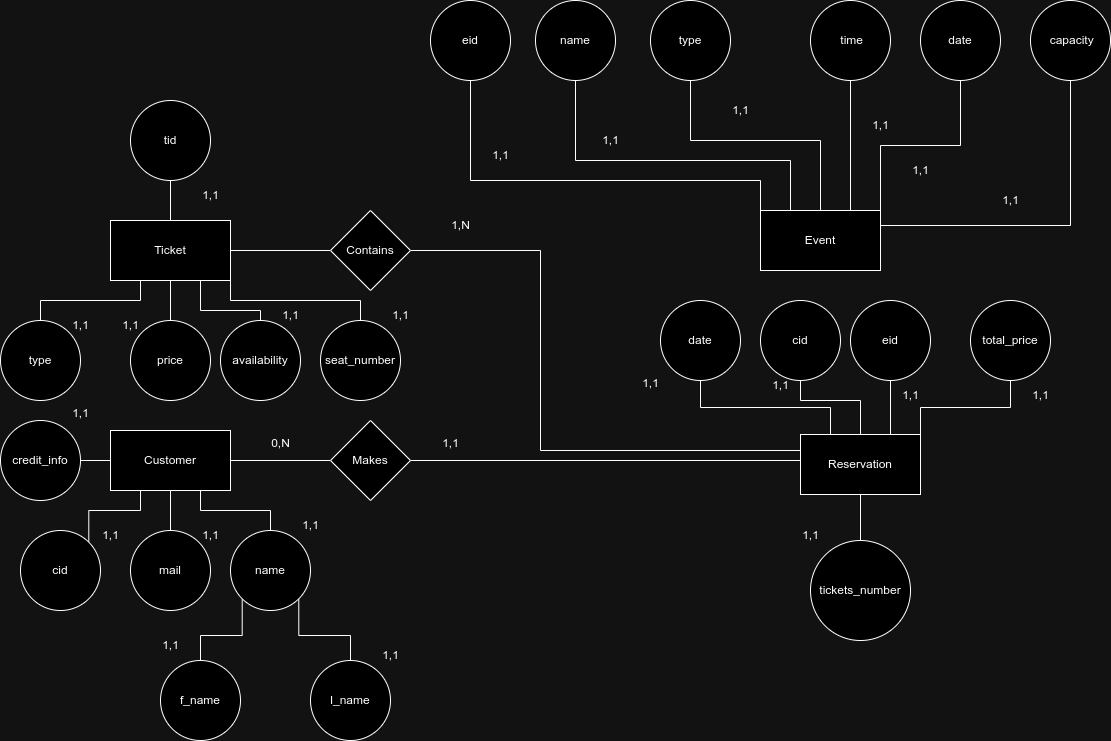
Before: E-R.png, a diagram exported from draw.io (Rafail-Drakakis/HY360). Source tidied: cells renumbered, new cells last; positions are measured from the earlier drawing's top-left corner, leaving out a move shared by most shapes.
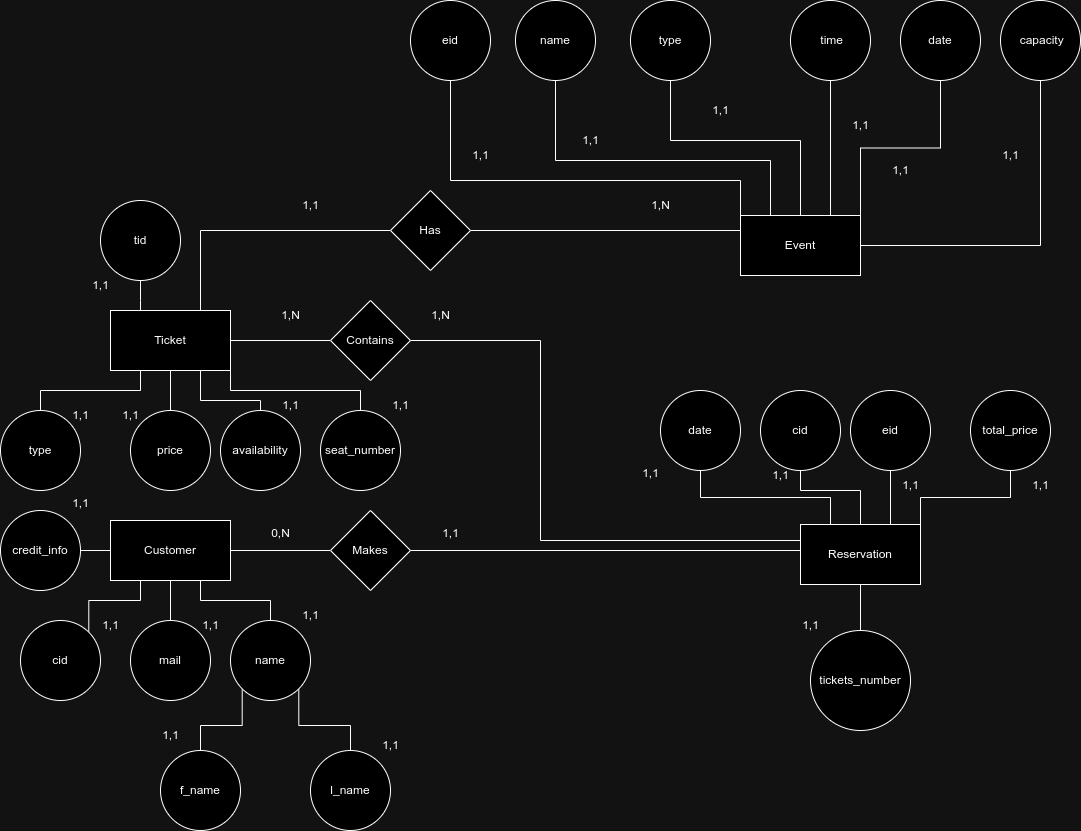
After the change.

Commit message:
added a 'Has' relation in E-R diagram

What changed in the source:
```diff
@@ -35,14 +35,22 @@
     <mxCell id="10" value="Customer" style="rounded=0;whiteSpace=wrap;html=1;" parent="1" vertex="1">
       <mxGeometry x="110" y="430" width="120" height="60" as="geometry" />
     </mxCell>
+    <mxCell id="81" style="edgeStyle=orthogonalEdgeStyle;rounded=0;jettySize=auto;html=1;exitX=0;exitY=0.25;exitDx=0;exitDy=0;entryX=1;entryY=0.5;entryDx=0;entryDy=0;endArrow=none;endFill=0;" parent="1" edge="1" source="11" target="84">
+      <mxGeometry relative="1" as="geometry" />
+    </mxCell>
     <mxCell id="11" value="Event" style="rounded=0;whiteSpace=wrap;html=1;" parent="1" vertex="1">
-      <mxGeometry x="760" y="210" width="120" height="60" as="geometry" />
+      <mxGeometry x="740" y="125" width="120" height="60" as="geometry" />
     </mxCell>
     <mxCell id="12" style="edgeStyle=orthogonalEdgeStyle;rounded=0;jettySize=auto;html=1;endArrow=none;endFill=0;" parent="1" edge="1" source="18" target="19">
       <mxGeometry relative="1" as="geometry" />
     </mxCell>
     <mxCell id="13" style="edgeStyle=orthogonalEdgeStyle;rounded=0;jettySize=auto;html=1;endArrow=none;endFill=0;" parent="1" edge="1" source="18" target="47">
-      <mxGeometry relative="1" as="geometry" />
+      <mxGeometry relative="1" as="geometry">
+        <Array as="points">
+          <mxPoint x="140" y="210" />
+          <mxPoint x="140" y="210" />
+        </Array>
+      </mxGeometry>
     </mxCell>
     <mxCell id="14" style="edgeStyle=orthogonalEdgeStyle;rounded=0;jettySize=auto;html=1;exitX=0.25;exitY=1;exitDx=0;exitDy=0;entryX=0.5;entryY=0;entryDx=0;entryDy=0;endArrow=none;endFill=0;" parent="1" edge="1" source="18" target="51">
       <mxGeometry relative="1" as="geometry">
@@ -71,6 +79,9 @@
         </Array>
       </mxGeometry>
     </mxCell>
+    <mxCell id="82" style="edgeStyle=orthogonalEdgeStyle;rounded=0;jettySize=auto;html=1;exitX=0.75;exitY=0;exitDx=0;exitDy=0;entryX=0;entryY=0.5;entryDx=0;entryDy=0;endArrow=none;endFill=0;" parent="1" edge="1" source="18" target="84">
+      <mxGeometry relative="1" as="geometry" />
+    </mxCell>
     <mxCell id="18" value="Ticket" style="rounded=0;whiteSpace=wrap;html=1;" parent="1" vertex="1">
       <mxGeometry x="110" y="220" width="120" height="60" as="geometry" />
     </mxCell>
@@ -91,7 +102,7 @@
       <mxGeometry x="60" y="398" width="40" height="30" as="geometry" />
     </mxCell>
     <mxCell id="23" value="1,N" style="text;html=1;align=center;verticalAlign=middle;strokeColor=none;fillColor=none;" parent="1" vertex="1">
-      <mxGeometry x="440" y="210" width="40" height="30" as="geometry" />
+      <mxGeometry x="420" y="210" width="40" height="30" as="geometry" />
     </mxCell>
     <mxCell id="24" value="0,N" style="text;html=1;align=center;verticalAlign=middle;strokeColor=none;fillColor=none;" parent="1" vertex="1">
       <mxGeometry x="260" y="428" width="40" height="30" as="geometry" />
@@ -102,57 +113,57 @@
     <mxCell id="26" style="edgeStyle=orthogonalEdgeStyle;rounded=0;jettySize=auto;html=1;exitX=0.5;exitY=1;exitDx=0;exitDy=0;entryX=0;entryY=0;entryDx=0;entryDy=0;endArrow=none;endFill=0;" parent="1" edge="1" source="27" target="11">
       <mxGeometry relative="1" as="geometry">
         <Array as="points">
-          <mxPoint x="470" y="180" />
-          <mxPoint x="760" y="180" />
+          <mxPoint x="450" y="90" />
+          <mxPoint x="740" y="90" />
         </Array>
       </mxGeometry>
     </mxCell>
     <mxCell id="27" value="eid" style="ellipse;whiteSpace=wrap;html=1;rounded=0;" parent="1" vertex="1">
-      <mxGeometry x="430" width="80" height="80" as="geometry" />
+      <mxGeometry x="410" y="-90" width="80" height="80" as="geometry" />
     </mxCell>
     <mxCell id="28" style="edgeStyle=orthogonalEdgeStyle;rounded=0;jettySize=auto;html=1;exitX=0.5;exitY=1;exitDx=0;exitDy=0;entryX=0.25;entryY=0;entryDx=0;entryDy=0;endArrow=none;endFill=0;" parent="1" edge="1" source="29" target="11">
       <mxGeometry relative="1" as="geometry">
         <Array as="points">
-          <mxPoint x="575" y="160" />
-          <mxPoint x="790" y="160" />
+          <mxPoint x="555" y="70" />
+          <mxPoint x="770" y="70" />
         </Array>
       </mxGeometry>
     </mxCell>
     <mxCell id="29" value="name" style="ellipse;whiteSpace=wrap;html=1;rounded=0;" parent="1" vertex="1">
-      <mxGeometry x="535" width="80" height="80" as="geometry" />
+      <mxGeometry x="515" y="-90" width="80" height="80" as="geometry" />
     </mxCell>
-    <mxCell id="30" style="edgeStyle=orthogonalEdgeStyle;rounded=0;jettySize=auto;html=1;exitX=0.5;exitY=1;exitDx=0;exitDy=0;entryX=1;entryY=0.25;entryDx=0;entryDy=0;endArrow=none;endFill=0;" parent="1" edge="1" source="31" target="11">
+    <mxCell id="30" style="edgeStyle=orthogonalEdgeStyle;rounded=0;jettySize=auto;html=1;exitX=0.5;exitY=1;exitDx=0;exitDy=0;entryX=1;entryY=0.5;entryDx=0;entryDy=0;endArrow=none;endFill=0;" parent="1" edge="1" source="31" target="11">
       <mxGeometry relative="1" as="geometry" />
     </mxCell>
     <mxCell id="31" value="&amp;nbsp;capacity" style="ellipse;whiteSpace=wrap;html=1;" parent="1" vertex="1">
-      <mxGeometry x="1030" width="80" height="80" as="geometry" />
+      <mxGeometry x="1000" y="-90" width="80" height="80" as="geometry" />
     </mxCell>
     <mxCell id="32" style="edgeStyle=orthogonalEdgeStyle;rounded=0;jettySize=auto;html=1;exitX=0.5;exitY=1;exitDx=0;exitDy=0;entryX=1;entryY=0;entryDx=0;entryDy=0;endArrow=none;endFill=0;" parent="1" edge="1" source="33" target="11">
       <mxGeometry relative="1" as="geometry" />
     </mxCell>
     <mxCell id="33" value="date" style="ellipse;whiteSpace=wrap;html=1;" parent="1" vertex="1">
-      <mxGeometry x="920" width="80" height="80" as="geometry" />
+      <mxGeometry x="900" y="-90" width="80" height="80" as="geometry" />
     </mxCell>
     <mxCell id="34" style="edgeStyle=orthogonalEdgeStyle;rounded=0;jettySize=auto;html=1;exitX=0.5;exitY=1;exitDx=0;exitDy=0;entryX=0.5;entryY=0;entryDx=0;entryDy=0;endArrow=none;endFill=0;" parent="1" edge="1" source="35" target="11">
       <mxGeometry relative="1" as="geometry">
         <Array as="points">
-          <mxPoint x="690" y="140" />
-          <mxPoint x="820" y="140" />
+          <mxPoint x="670" y="50" />
+          <mxPoint x="800" y="50" />
         </Array>
       </mxGeometry>
     </mxCell>
     <mxCell id="35" value="type" style="ellipse;whiteSpace=wrap;html=1;" parent="1" vertex="1">
-      <mxGeometry x="650" width="80" height="80" as="geometry" />
+      <mxGeometry x="630" y="-90" width="80" height="80" as="geometry" />
     </mxCell>
     <mxCell id="36" style="edgeStyle=orthogonalEdgeStyle;rounded=0;jettySize=auto;html=1;exitX=0.5;exitY=1;exitDx=0;exitDy=0;entryX=0.75;entryY=0;entryDx=0;entryDy=0;endArrow=none;endFill=0;" parent="1" edge="1" source="37" target="11">
       <mxGeometry relative="1" as="geometry">
         <Array as="points">
-          <mxPoint x="850" y="80" />
+          <mxPoint x="830" y="-10" />
         </Array>
       </mxGeometry>
     </mxCell>
     <mxCell id="37" value="&amp;nbsp;time" style="ellipse;whiteSpace=wrap;html=1;" parent="1" vertex="1">
-      <mxGeometry x="810" width="80" height="80" as="geometry" />
+      <mxGeometry x="790" y="-90" width="80" height="80" as="geometry" />
     </mxCell>
     <mxCell id="38" style="edgeStyle=orthogonalEdgeStyle;rounded=0;jettySize=auto;html=1;exitX=0.5;exitY=1;exitDx=0;exitDy=0;entryX=0.25;entryY=0;entryDx=0;entryDy=0;endArrow=none;endFill=0;" parent="1" edge="1" source="39" target="4">
       <mxGeometry relative="1" as="geometry" />
@@ -187,7 +198,7 @@
       <mxGeometry x="810" y="540" width="100" height="100" as="geometry" />
     </mxCell>
     <mxCell id="47" value="tid" style="ellipse;whiteSpace=wrap;html=1;rounded=0;" parent="1" vertex="1">
-      <mxGeometry x="130" y="100" width="80" height="80" as="geometry" />
+      <mxGeometry x="100" y="110" width="80" height="80" as="geometry" />
     </mxCell>
     <mxCell id="48" value="seat_number" style="ellipse;whiteSpace=wrap;html=1;" parent="1" vertex="1">
       <mxGeometry x="320" y="320" width="80" height="80" as="geometry" />
@@ -226,7 +237,7 @@
       <mxGeometry x="230" y="530" width="80" height="80" as="geometry" />
     </mxCell>
     <mxCell id="60" value="1,1" style="text;html=1;align=center;verticalAlign=middle;strokeColor=none;fillColor=none;" parent="1" vertex="1">
-      <mxGeometry x="190" y="180" width="40" height="30" as="geometry" />
+      <mxGeometry x="80" y="180" width="40" height="30" as="geometry" />
     </mxCell>
     <mxCell id="61" value="1,1" style="text;html=1;align=center;verticalAlign=middle;strokeColor=none;fillColor=none;" parent="1" vertex="1">
       <mxGeometry x="60" y="310" width="40" height="30" as="geometry" />
@@ -256,13 +267,13 @@
       <mxGeometry x="190" y="520" width="40" height="30" as="geometry" />
     </mxCell>
     <mxCell id="70" value="1,1" style="text;html=1;align=center;verticalAlign=middle;strokeColor=none;fillColor=none;" parent="1" vertex="1">
-      <mxGeometry x="720" y="95" width="40" height="30" as="geometry" />
+      <mxGeometry x="700" y="5" width="40" height="30" as="geometry" />
     </mxCell>
     <mxCell id="71" value="1,1" style="text;html=1;align=center;verticalAlign=middle;strokeColor=none;fillColor=none;" parent="1" vertex="1">
-      <mxGeometry x="590" y="125" width="40" height="30" as="geometry" />
+      <mxGeometry x="570" y="35" width="40" height="30" as="geometry" />
     </mxCell>
     <mxCell id="72" value="1,1" style="text;html=1;align=center;verticalAlign=middle;strokeColor=none;fillColor=none;" parent="1" vertex="1">
-      <mxGeometry x="480" y="140" width="40" height="30" as="geometry" />
+      <mxGeometry x="460" y="50" width="40" height="30" as="geometry" />
     </mxCell>
     <mxCell id="73" value="1,1" style="text;html=1;align=center;verticalAlign=middle;strokeColor=none;fillColor=none;" parent="1" vertex="1">
       <mxGeometry x="1020" y="380" width="40" height="30" as="geometry" />
@@ -280,13 +291,25 @@
       <mxGeometry x="790" y="520" width="40" height="30" as="geometry" />
     </mxCell>
     <mxCell id="78" value="1,1" style="text;html=1;align=center;verticalAlign=middle;strokeColor=none;fillColor=none;" parent="1" vertex="1">
-      <mxGeometry x="900" y="155" width="40" height="30" as="geometry" />
+      <mxGeometry x="880" y="65" width="40" height="30" as="geometry" />
     </mxCell>
     <mxCell id="79" value="1,1" style="text;html=1;align=center;verticalAlign=middle;strokeColor=none;fillColor=none;" parent="1" vertex="1">
-      <mxGeometry x="860" y="110" width="40" height="30" as="geometry" />
+      <mxGeometry x="840" y="20" width="40" height="30" as="geometry" />
     </mxCell>
     <mxCell id="80" value="1,1" style="text;html=1;align=center;verticalAlign=middle;strokeColor=none;fillColor=none;" parent="1" vertex="1">
-      <mxGeometry x="990" y="185" width="40" height="30" as="geometry" />
+      <mxGeometry x="990" y="50" width="40" height="30" as="geometry" />
     </mxCell>
+    <mxCell id="83" value="1,N" style="text;html=1;align=center;verticalAlign=middle;strokeColor=none;fillColor=none;" parent="1" vertex="1">
+      <mxGeometry x="270" y="210" width="40" height="30" as="geometry" />
+    </mxCell>
+    <mxCell id="84" value="Has" style="rhombus;whiteSpace=wrap;html=1;rounded=0;" parent="1" vertex="1">
+      <mxGeometry x="390" y="100" width="80" height="80" as="geometry" />
+    </mxCell>
+    <mxCell id="85" value="1,1" style="text;html=1;align=center;verticalAlign=middle;strokeColor=none;fillColor=none;" parent="1" vertex="1">
+      <mxGeometry x="290" y="100" width="40" height="30" as="geometry" />
+    </mxCell>
+    <mxCell id="86" value="1,N" style="text;html=1;align=center;verticalAlign=middle;strokeColor=none;fillColor=none;" parent="1" vertex="1">
+      <mxGeometry x="640" y="100" width="40" height="30" as="geometry" />
+    </mxCell>
   </root>
 </mxGraphModel>
```
